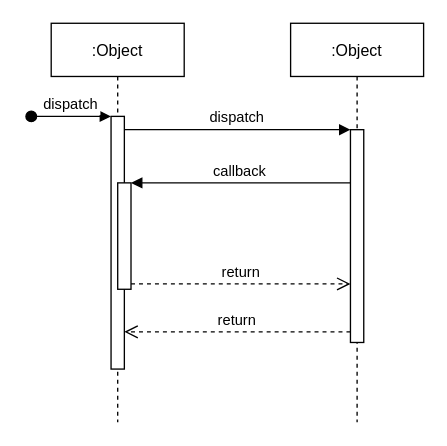
Above: dokumentacja/sequence.drawio in Mitchu727/SKPS---gesture-recoqnition (draw.io), before the change. Source tidied: cells renumbered, new cells numbered last; positions are measured from the earlier drawing's top-left corner, leaving out a move shared by most shapes. Both pictures are drawn from the tidied source at 133%, with x=0, y=0 at pixel (31, 23).
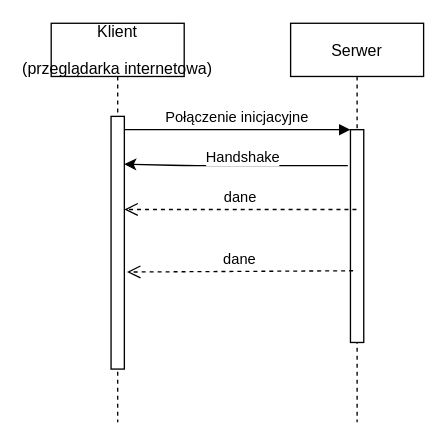
The same diagram, later.

The edit, as a diff of the source:
```diff
@@
 <mxGraphModel>
   <root>
     <mxCell id="0" />
     <mxCell id="1" parent="0" />
-    <mxCell id="2" value=":Object" style="shape=umlLifeline;perimeter=lifelinePerimeter;rounded=0;shadow=0;strokeWidth=1;" parent="1" vertex="1">
+    <mxCell id="2" value="Klient &#10;&#10;(przeglądarka internetowa)" style="shape=umlLifeline;perimeter=lifelinePerimeter;rounded=0;shadow=0;strokeWidth=1;" parent="1" vertex="1">
       <mxGeometry x="15" width="100" height="300" as="geometry" />
     </mxCell>
     <mxCell id="3" style="points=[];perimeter=orthogonalPerimeter;rounded=0;shadow=0;strokeWidth=1;" parent="2" vertex="1">
       <mxGeometry x="45" y="70" width="10" height="190" as="geometry" />
     </mxCell>
-    <mxCell id="4" value="dispatch" style="verticalAlign=bottom;startArrow=oval;endArrow=block;startSize=8;shadow=0;strokeWidth=1;" parent="2" edge="1" target="3">
-      <mxGeometry relative="1" as="geometry">
-        <mxPoint x="-15" y="70" as="sourcePoint" />
-      </mxGeometry>
-    </mxCell>
-    <mxCell id="5" style="points=[];perimeter=orthogonalPerimeter;rounded=0;shadow=0;strokeWidth=1;" parent="2" vertex="1">
-      <mxGeometry x="50" y="120" width="10" height="80" as="geometry" />
-    </mxCell>
-    <mxCell id="6" value=":Object" style="shape=umlLifeline;perimeter=lifelinePerimeter;rounded=0;shadow=0;strokeWidth=1;" parent="1" vertex="1">
+    <mxCell id="6" value="Serwer" style="shape=umlLifeline;perimeter=lifelinePerimeter;rounded=0;shadow=0;strokeWidth=1;" parent="1" vertex="1">
       <mxGeometry x="195" width="100" height="300" as="geometry" />
     </mxCell>
     <mxCell id="7" style="points=[];perimeter=orthogonalPerimeter;rounded=0;shadow=0;strokeWidth=1;" parent="6" vertex="1">
       <mxGeometry x="45" y="80" width="10" height="160" as="geometry" />
     </mxCell>
-    <mxCell id="8" value="return" style="verticalAlign=bottom;endArrow=open;dashed=1;endSize=8;exitX=0;exitY=0.95;shadow=0;strokeWidth=1;" parent="1" edge="1" source="7" target="3">
-      <mxGeometry relative="1" as="geometry" />
+    <mxCell id="8" value="dane" style="verticalAlign=bottom;endArrow=open;dashed=1;endSize=8;shadow=0;strokeWidth=1;" parent="1" edge="1" source="6" target="3">
+      <mxGeometry relative="1" as="geometry">
+        <Array as="points">
+          <mxPoint x="185" y="140" />
+        </Array>
+      </mxGeometry>
     </mxCell>
-    <mxCell id="9" value="dispatch" style="verticalAlign=bottom;endArrow=block;entryX=0;entryY=0;shadow=0;strokeWidth=1;" parent="1" edge="1" source="3" target="7">
+    <mxCell id="9" value="Połączenie inicjacyjne" style="verticalAlign=bottom;endArrow=block;entryX=0;entryY=0;shadow=0;strokeWidth=1;" parent="1" edge="1" source="3" target="7">
       <mxGeometry relative="1" as="geometry" />
     </mxCell>
-    <mxCell id="10" value="callback" style="verticalAlign=bottom;endArrow=block;entryX=1;entryY=0;shadow=0;strokeWidth=1;" parent="1" edge="1" source="7" target="5">
-      <mxGeometry relative="1" as="geometry" />
-    </mxCell>
-    <mxCell id="11" value="return" style="verticalAlign=bottom;endArrow=open;dashed=1;endSize=8;exitX=1;exitY=0.95;shadow=0;strokeWidth=1;" parent="1" edge="1" source="5" target="7">
-      <mxGeometry relative="1" as="geometry" />
-    </mxCell>
+    <mxCell id="12" style="endArrow=classic;html=1;exitX=-0.2;exitY=0.169;exitDx=0;exitDy=0;exitPerimeter=0;entryX=1;entryY=0.189;entryDx=0;entryDy=0;entryPerimeter=0;" parent="1" edge="1" source="7" target="3">
+      <mxGeometry relative="1" as="geometry">
+        <Array as="points">
+          <mxPoint x="115" y="107" />
+        </Array>
+      </mxGeometry>
+    </mxCell>
+    <mxCell id="13" value="Handshake" style="edgeLabel;html=1;align=center;verticalAlign=middle;" parent="12" vertex="1">
+      <mxGeometry x="0.18" relative="1" as="geometry">
+        <mxPoint x="19" y="-7" as="offset" />
+      </mxGeometry>
+    </mxCell>
+    <mxCell id="14" value="dane" style="verticalAlign=bottom;endArrow=open;dashed=1;endSize=8;shadow=0;strokeWidth=1;exitX=0.2;exitY=0.663;exitDx=0;exitDy=0;exitPerimeter=0;entryX=1.2;entryY=0.616;entryDx=0;entryDy=0;entryPerimeter=0;" parent="1" edge="1" source="7" target="3">
+      <mxGeometry relative="1" as="geometry" />
+    </mxCell>
   </root>
 </mxGraphModel>
```
